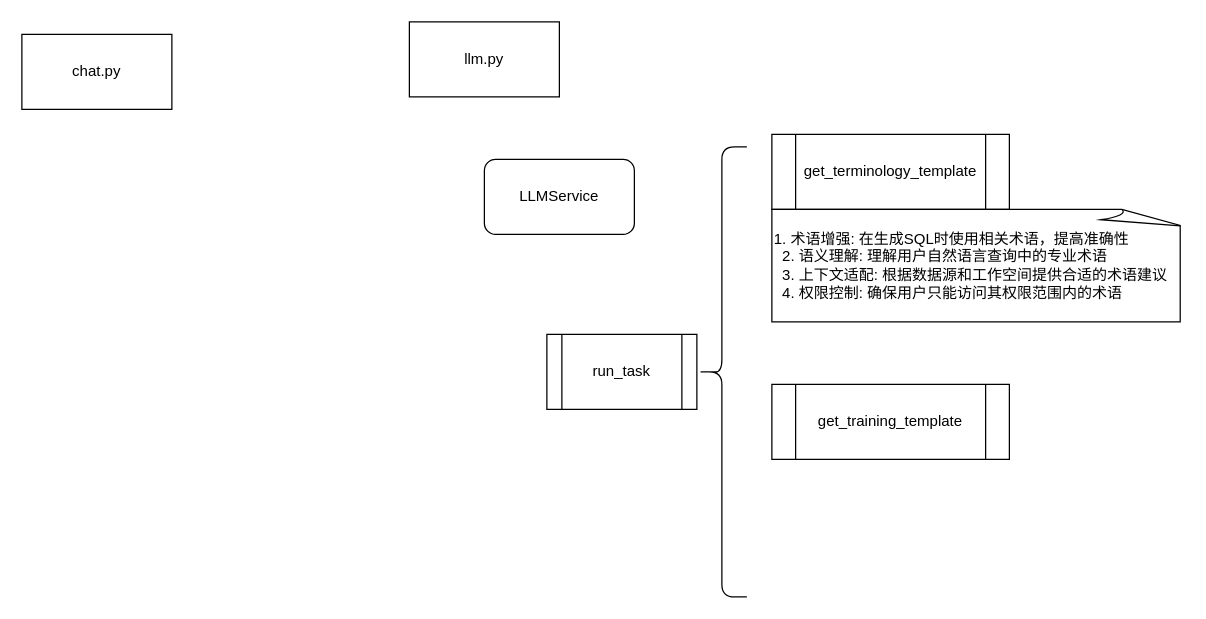
zhaobing/SQLBot keeps this draw.io diagram as ass-zhaob/sqlbot梳理.drawio. Above is the earlier version. Source tidied: cells renumbered, new cells numbered last; positions are measured from the earlier drawing's top-left corner, leaving out a move shared by most shapes. Both pictures are drawn from the tidied source at 125%, with x=0, y=0 at pixel (21, 21).
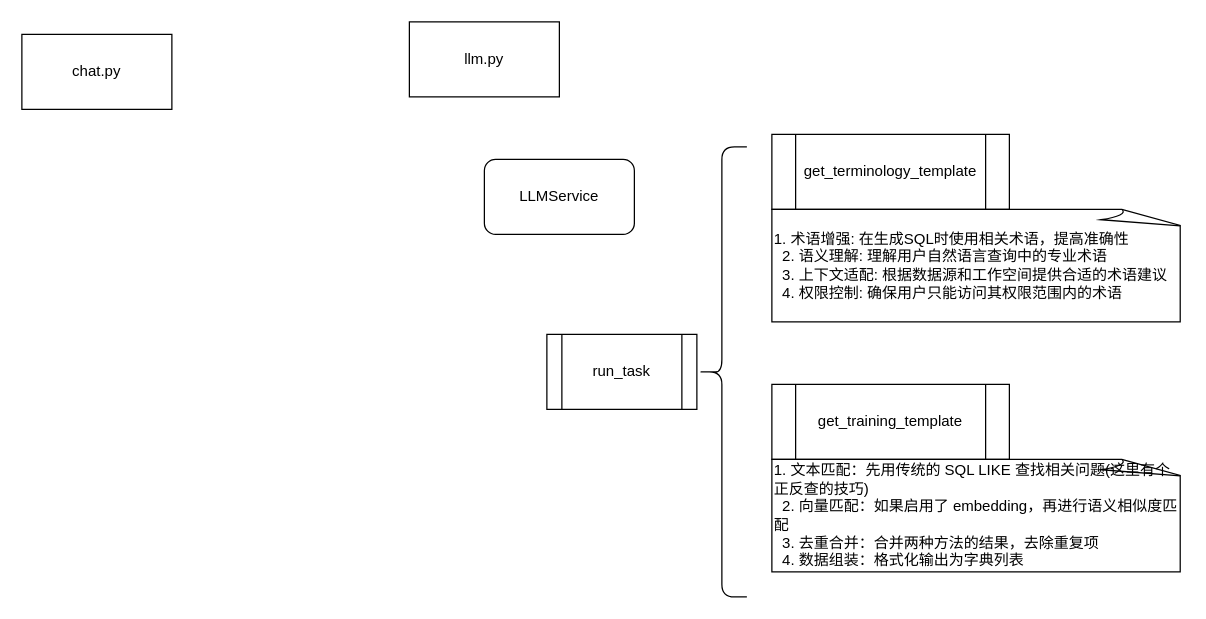
Above is the later version.

Diff of the diagram source:
```diff
@@
 <mxGraphModel>
   <root>
     <mxCell id="0" />
     <mxCell id="1" parent="0" />
     <mxCell id="2" value="chat.py" style="rounded=0;whiteSpace=wrap;html=1;" parent="1" vertex="1">
       <mxGeometry y="10" width="120" height="60" as="geometry" />
     </mxCell>
     <mxCell id="3" value="llm.py" style="rounded=0;whiteSpace=wrap;html=1;" parent="1" vertex="1">
       <mxGeometry x="310" width="120" height="60" as="geometry" />
     </mxCell>
     <mxCell id="4" value="LLMService" style="rounded=1;whiteSpace=wrap;html=1;" parent="1" vertex="1">
       <mxGeometry x="370" y="110" width="120" height="60" as="geometry" />
     </mxCell>
     <mxCell id="5" value="run_task" style="shape=process;whiteSpace=wrap;html=1;backgroundOutline=1;" parent="1" vertex="1">
       <mxGeometry x="420" y="250" width="120" height="60" as="geometry" />
     </mxCell>
     <mxCell id="6" value="get_terminology_template" style="shape=process;whiteSpace=wrap;html=1;backgroundOutline=1;" parent="1" vertex="1">
       <mxGeometry x="600" y="90" width="190" height="60" as="geometry" />
     </mxCell>
     <mxCell id="7" value="&lt;div&gt;1. 术语增强: 在生成SQL时使用相关术语，提高准确性&lt;/div&gt;&lt;div&gt;&amp;nbsp; 2. 语义理解: 理解用户自然语言查询中的专业术语&lt;/div&gt;&lt;div&gt;&amp;nbsp; 3. 上下文适配: 根据数据源和工作空间提供合适的术语建议&lt;/div&gt;&lt;div&gt;&amp;nbsp; 4. 权限控制: 确保用户只能访问其权限范围内的术语&lt;/div&gt;" style="whiteSpace=wrap;html=1;shape=mxgraph.basic.document;fillColor=#FFFFFF;align=left;" parent="1" vertex="1">
       <mxGeometry x="600" y="150" width="330" height="90" as="geometry" />
     </mxCell>
     <mxCell id="8" value="get_training_template" style="shape=process;whiteSpace=wrap;html=1;backgroundOutline=1;" parent="1" vertex="1">
       <mxGeometry x="600" y="290" width="190" height="60" as="geometry" />
     </mxCell>
     <mxCell id="9" style="shape=curlyBracket;whiteSpace=wrap;html=1;rounded=1;flipH=1;direction=west;" parent="1" vertex="1">
       <mxGeometry x="540" y="100" width="40" height="360" as="geometry" />
     </mxCell>
+    <mxCell id="10" value="&lt;div&gt;1. 文本匹配：先用传统的 SQL LIKE 查找相关问题(这里有个正反查的技巧)&lt;/div&gt;&lt;div&gt;&amp;nbsp; 2. 向量匹配：如果启用了 embedding，再进行语义相似度匹配&lt;/div&gt;&lt;div&gt;&amp;nbsp; 3. 去重合并：合并两种方法的结果，去除重复项&lt;/div&gt;&lt;div&gt;&amp;nbsp; 4. 数据组装：格式化输出为字典列表&lt;/div&gt;" style="whiteSpace=wrap;html=1;shape=mxgraph.basic.document;fillColor=#FFFFFF;align=left;" parent="1" vertex="1">
+      <mxGeometry x="600" y="350" width="330" height="90" as="geometry" />
+    </mxCell>
   </root>
 </mxGraphModel>
```
